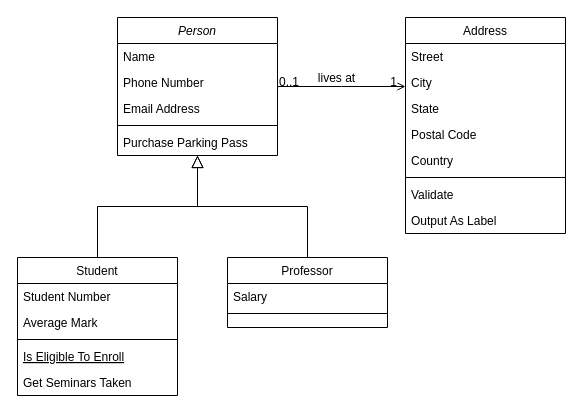
gordian-czerkawski/PO-projekt keeps this draw.io diagram as Untitled Diagram.drawio. Above is the earlier version. Source tidied: cells renumbered, new cells numbered last; positions are measured from the earlier drawing's top-left corner, leaving out a move shared by most shapes. Both pictures are drawn from the tidied source at 100%, with x=0, y=0 at pixel (17, 17).
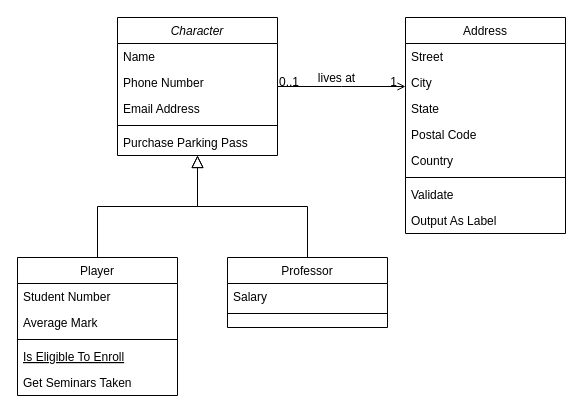
The same page after the edit.

Change to the diagram source:
```diff
@@
-    <mxCell id="2" value="Person" style="swimlane;fontStyle=2;align=center;verticalAlign=top;horizontal=1;startSize=26;rounded=0;shadow=0;strokeWidth=1;" parent="1" vertex="1">
+    <mxCell id="2" value="Character" style="swimlane;fontStyle=2;align=center;verticalAlign=top;horizontal=1;startSize=26;rounded=0;shadow=0;strokeWidth=1;" parent="1" vertex="1">
       <mxGeometry x="100" width="160" height="138" as="geometry" />
     </mxCell>
@@
-    <mxCell id="8" value="Student" style="swimlane;fontStyle=0;align=center;verticalAlign=top;horizontal=1;startSize=26;rounded=0;shadow=0;strokeWidth=1;" parent="1" vertex="1">
+    <mxCell id="8" value="Player" style="swimlane;fontStyle=0;align=center;verticalAlign=top;horizontal=1;startSize=26;rounded=0;shadow=0;strokeWidth=1;" parent="1" vertex="1">
       <mxGeometry y="240" width="160" height="138" as="geometry" />
     </mxCell>
```
